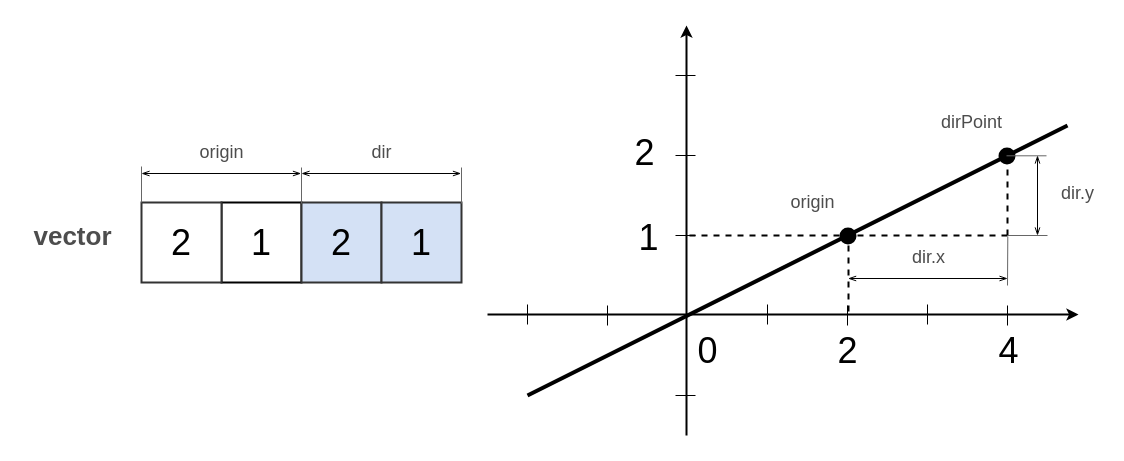
Earlier version of the draw.io diagram page "2dLinePointDir" (6 of 17) of doc/img/MathModels.drawio (Wandalen/wMathModels). Source tidied: cells renumbered, new cells numbered last; positions are measured from the earlier drawing's top-left corner, leaving out a move shared by most shapes. Both pictures are drawn from the tidied source at 100%, with x=0, y=0 at pixel (17, 25).
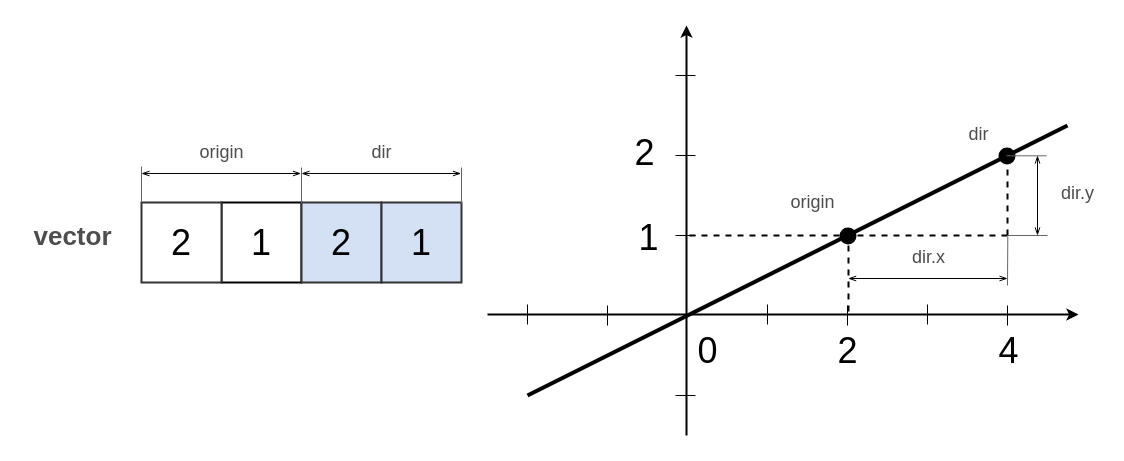
The same diagram, later.

The edit, as a diff of the source:
```diff
@@
-    <mxCell id="20" value="dirPoint" style="text;html=1;align=center;verticalAlign=middle;fontSize=18;fontColor=#4D4D4D;" parent="1" vertex="1">
-      <mxGeometry x="909" y="82" width="90" height="30" as="geometry" />
+    <mxCell id="20" value="dir" style="text;html=1;align=center;verticalAlign=middle;fontSize=18;fontColor=#4D4D4D;" parent="1" vertex="1">
+      <mxGeometry x="940.6" y="94" width="40" height="30" as="geometry" />
     </mxCell>
```
